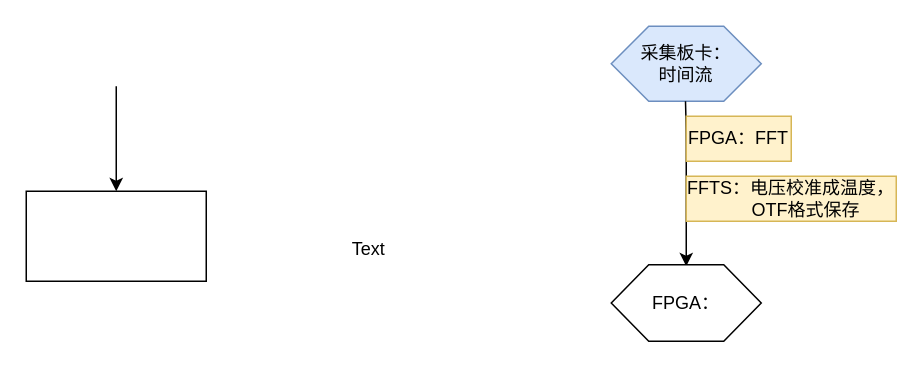
Earlier version of the draw.io diagram Untitled Diagram.drawio (luoluo19550418/drawio). Source tidied: cells renumbered, new cells numbered last; positions are measured from the earlier drawing's top-left corner, leaving out a move shared by most shapes. Both pictures are drawn from the tidied source at 150%, with x=0, y=0 at pixel (26, 26).
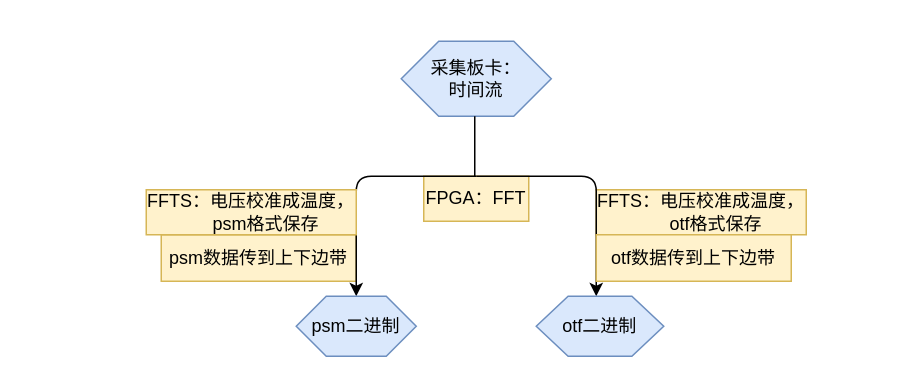
The same page after the edit.

The edit, as a diff of the source:
```diff
@@
 <mxGraphModel>
   <root>
     <mxCell id="0" />
     <mxCell id="1" parent="0" />
-    <mxCell id="2" style="endArrow=classic;html=1;" parent="1" edge="1">
-      <mxGeometry relative="1" as="geometry">
-        <mxPoint x="60" y="40" as="sourcePoint" />
-        <mxPoint x="60" y="110" as="targetPoint" />
-      </mxGeometry>
-    </mxCell>
-    <mxCell id="3" style="rounded=0;whiteSpace=wrap;html=1;" parent="1" vertex="1">
-      <mxGeometry y="110" width="120" height="60" as="geometry" />
-    </mxCell>
-    <mxCell id="4" value="Text" style="text;html=1;align=center;verticalAlign=middle;" parent="1" vertex="1">
-      <mxGeometry x="208" y="139" width="40" height="20" as="geometry" />
-    </mxCell>
     <mxCell id="5" value="采集板卡：&lt;br&gt;时间流" style="shape=hexagon;perimeter=hexagonPerimeter2;whiteSpace=wrap;html=1;fillColor=#dae8fc;strokeColor=#6c8ebf;" parent="1" vertex="1">
-      <mxGeometry x="390" width="100" height="50" as="geometry" />
+      <mxGeometry x="250" y="10" width="100" height="50" as="geometry" />
     </mxCell>
-    <mxCell id="6" style="endArrow=classic;html=1;" parent="1" edge="1">
-      <mxGeometry relative="1" as="geometry">
-        <mxPoint x="439.5" y="50" as="sourcePoint" />
-        <mxPoint x="440" y="160" as="targetPoint" />
-        <Array as="points">
-          <mxPoint x="440" y="70" />
-        </Array>
-      </mxGeometry>
-    </mxCell>
-    <mxCell id="7" value="FPGA：&lt;br&gt;" style="shape=hexagon;perimeter=hexagonPerimeter2;whiteSpace=wrap;html=1;" parent="1" vertex="1">
-      <mxGeometry x="390" y="159" width="100" height="51" as="geometry" />
-    </mxCell>
-    <mxCell id="8" value="FFTS：电压校准成温度，&lt;br&gt;&amp;nbsp; &amp;nbsp; &amp;nbsp; OTF格式保存" style="rounded=0;whiteSpace=wrap;html=1;fillColor=#fff2cc;strokeColor=#d6b656;" parent="1" vertex="1">
-      <mxGeometry x="440" y="100" width="140" height="30" as="geometry" />
+    <mxCell id="8" value="FFTS：电压校准成温度，&lt;br&gt;&amp;nbsp; &amp;nbsp; &amp;nbsp; otf格式保存" style="rounded=0;whiteSpace=wrap;html=1;fillColor=#fff2cc;strokeColor=#d6b656;" parent="1" vertex="1">
+      <mxGeometry x="380" y="109" width="140" height="30" as="geometry" />
     </mxCell>
     <mxCell id="9" value="&lt;span style=&quot;white-space: normal&quot;&gt;FPGA：FFT&lt;/span&gt;" style="rounded=0;whiteSpace=wrap;html=1;fillColor=#fff2cc;strokeColor=#d6b656;" parent="1" vertex="1">
-      <mxGeometry x="440" y="60" width="70" height="30" as="geometry" />
+      <mxGeometry x="265" y="100" width="70" height="30" as="geometry" />
     </mxCell>
+    <mxCell id="10" value="psm数据传到上下边带" style="rounded=0;whiteSpace=wrap;html=1;fillColor=#fff2cc;strokeColor=#d6b656;" parent="1" vertex="1">
+      <mxGeometry x="90" y="139" width="130" height="31" as="geometry" />
+    </mxCell>
+    <mxCell id="11" style="endArrow=none;html=1;" parent="1" edge="1">
+      <mxGeometry relative="1" as="geometry">
+        <mxPoint x="299" y="100" as="sourcePoint" />
+        <mxPoint x="299" y="60" as="targetPoint" />
+      </mxGeometry>
+    </mxCell>
+    <mxCell id="12" style="endArrow=classic;html=1;" parent="1" edge="1">
+      <mxGeometry relative="1" as="geometry">
+        <mxPoint x="300" y="100" as="sourcePoint" />
+        <mxPoint x="380" y="180" as="targetPoint" />
+        <Array as="points">
+          <mxPoint x="380" y="100" />
+        </Array>
+      </mxGeometry>
+    </mxCell>
+    <mxCell id="13" style="endArrow=classic;html=1;" parent="1" edge="1">
+      <mxGeometry relative="1" as="geometry">
+        <mxPoint x="300" y="100" as="sourcePoint" />
+        <mxPoint x="220" y="180" as="targetPoint" />
+        <Array as="points">
+          <mxPoint x="220" y="100" />
+        </Array>
+      </mxGeometry>
+    </mxCell>
+    <mxCell id="14" value="FFTS：电压校准成温度，&lt;br&gt;&amp;nbsp; &amp;nbsp; &amp;nbsp; psm格式保存" style="rounded=0;whiteSpace=wrap;html=1;fillColor=#fff2cc;strokeColor=#d6b656;" parent="1" vertex="1">
+      <mxGeometry x="80" y="109" width="140" height="30" as="geometry" />
+    </mxCell>
+    <mxCell id="15" value="otf数据传到上下边带" style="rounded=0;whiteSpace=wrap;html=1;fillColor=#fff2cc;strokeColor=#d6b656;" parent="1" vertex="1">
+      <mxGeometry x="380" y="139" width="130" height="31" as="geometry" />
+    </mxCell>
+    <mxCell id="16" value="otf二进制" style="shape=hexagon;perimeter=hexagonPerimeter2;whiteSpace=wrap;html=1;fillColor=#dae8fc;strokeColor=#6c8ebf;" parent="1" vertex="1">
+      <mxGeometry x="340" y="180" width="85" height="40" as="geometry" />
+    </mxCell>
+    <mxCell id="17" value="psm二进制" style="shape=hexagon;perimeter=hexagonPerimeter2;whiteSpace=wrap;html=1;fillColor=#dae8fc;strokeColor=#6c8ebf;" parent="1" vertex="1">
+      <mxGeometry x="180" y="180" width="80" height="40" as="geometry" />
+    </mxCell>
   </root>
 </mxGraphModel>
```
